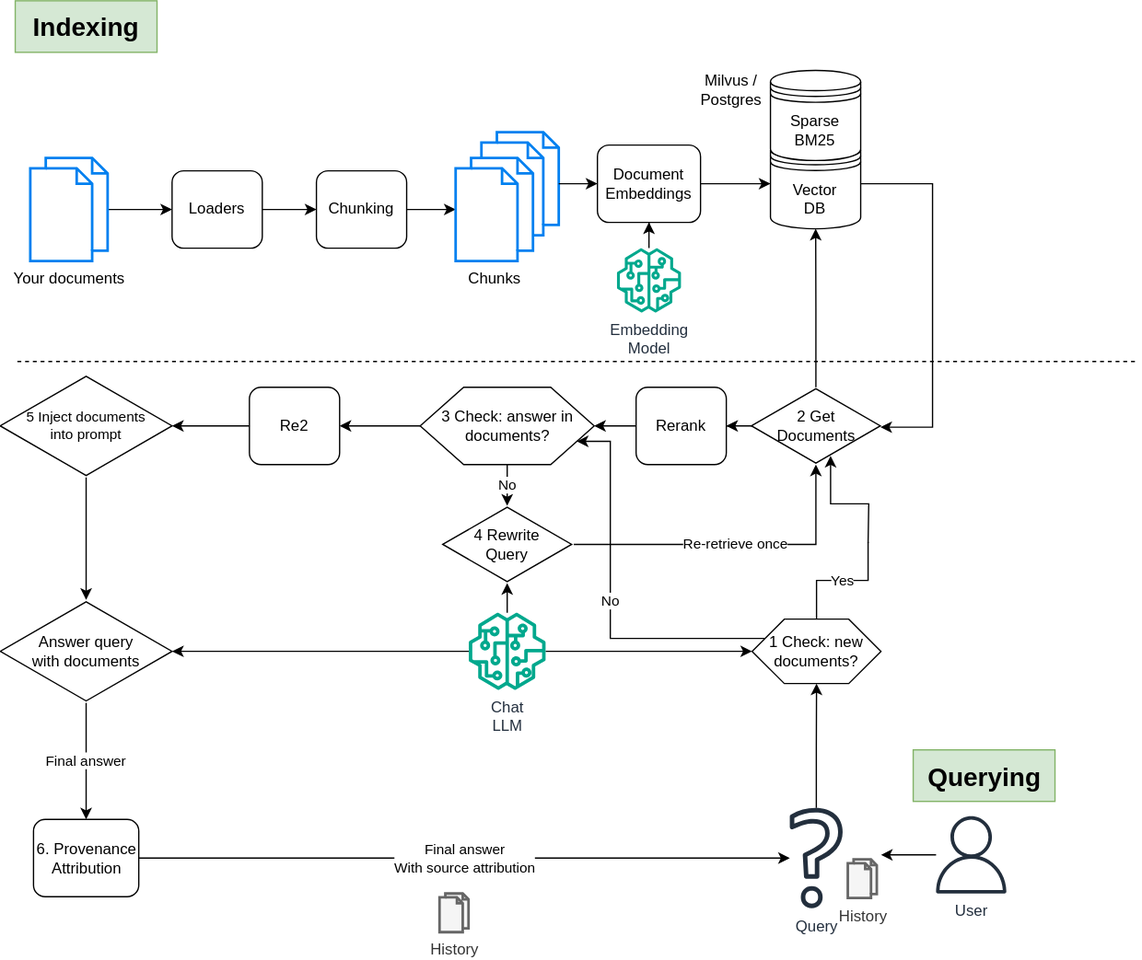
Before: ragmeup.drawio.svg, a diagram exported from draw.io (ErikTromp/RAGMeUp). Source tidied: cells renumbered, new cells last; positions are measured from the earlier drawing's top-left corner, leaving out a move shared by most shapes.
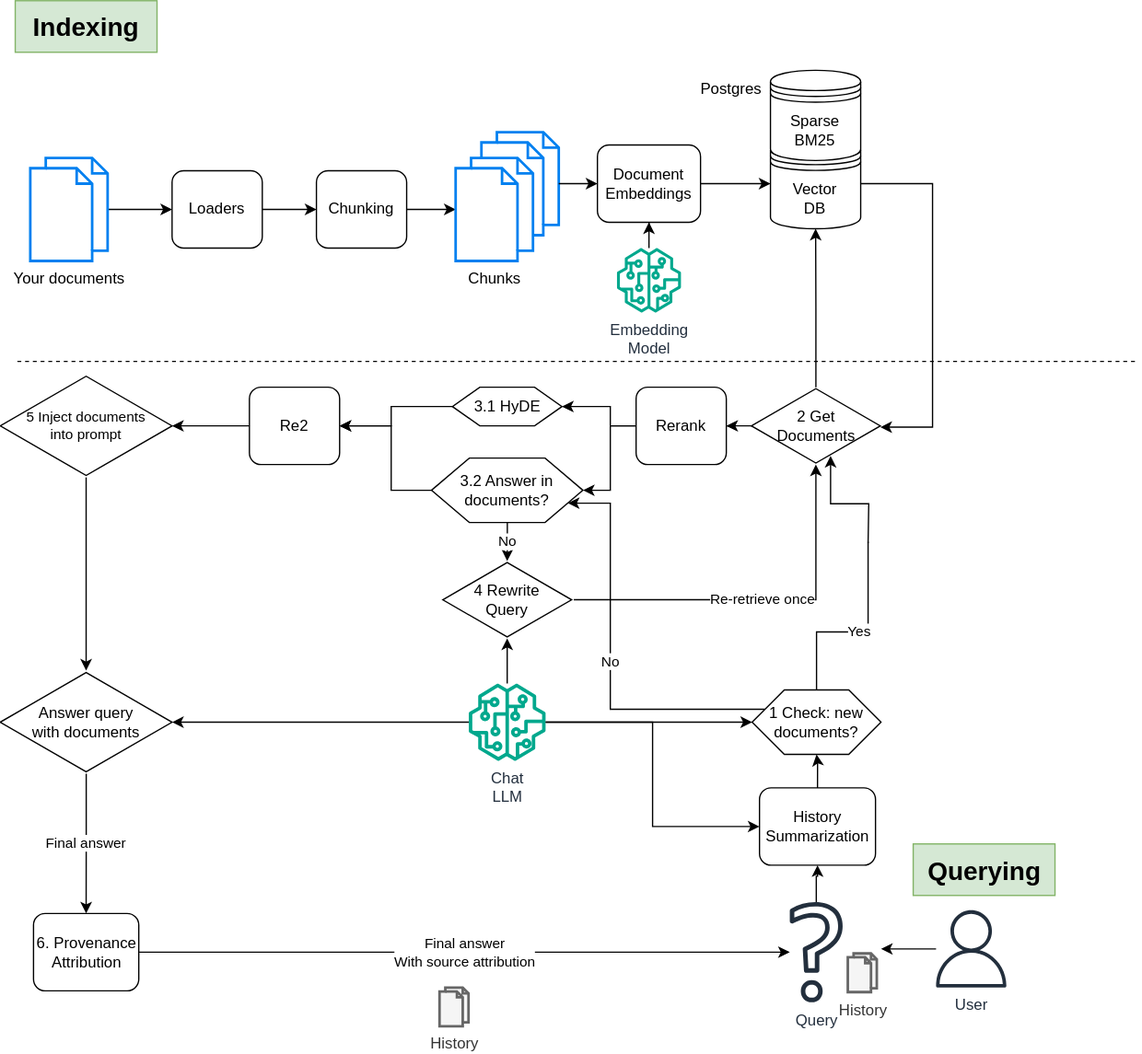
After the change.

Commit message:
Updated image to reflect refactoring

What changed in the source:
```diff
@@ -46,14 +46,14 @@
     </mxCell>
     <mxCell id="16" style="edgeStyle=orthogonalEdgeStyle;rounded=0;jettySize=auto;html=1;" parent="1" edge="1" source="17">
       <mxGeometry relative="1" as="geometry">
-        <mxPoint x="683" y="663" as="targetPoint" />
+        <mxPoint x="683" y="736" as="targetPoint" />
       </mxGeometry>
     </mxCell>
     <mxCell id="17" value="User" style="sketch=0;outlineConnect=0;fontColor=#232F3E;gradientColor=none;fillColor=#232F3D;strokeColor=none;dashed=0;verticalLabelPosition=bottom;verticalAlign=top;align=center;html=1;fontSize=12;fontStyle=0;shape=mxgraph.aws4.user;" parent="1" vertex="1">
-      <mxGeometry x="723" y="633" width="60" height="60" as="geometry" />
+      <mxGeometry x="723" y="706" width="60" height="60" as="geometry" />
     </mxCell>
     <mxCell id="18" style="group;align=left;" parent="1" vertex="1">
-      <mxGeometry x="597.2" y="621.5" width="82.5" height="83" as="geometry" />
+      <mxGeometry x="597.2" y="694.5" width="82.5" height="83" as="geometry" />
     </mxCell>
     <mxCell id="19" value="History" style="html=1;verticalLabelPosition=bottom;align=center;labelBackgroundColor=#ffffff;verticalAlign=top;strokeWidth=2;strokeColor=#666666;shadow=0;dashed=0;shape=mxgraph.ios7.icons.documents;fillColor=#f5f5f5;fontColor=#333333;" parent="18" vertex="1">
       <mxGeometry x="60" y="45" width="22.5" height="30" as="geometry" />
@@ -75,9 +75,9 @@
       </mxGeometry>
     </mxCell>
     <mxCell id="24" value="1 Check: new documents?" style="shape=hexagon;perimeter=hexagonPerimeter2;whiteSpace=wrap;html=1;size=0.25;" parent="1" vertex="1">
-      <mxGeometry x="583" y="480" width="100" height="50" as="geometry" />
+      <mxGeometry x="583" y="535" width="100" height="50" as="geometry" />
     </mxCell>
-    <mxCell id="25" style="edgeStyle=orthogonalEdgeStyle;rounded=0;jettySize=auto;html=1;" parent="1" edge="1" source="20" target="24">
+    <mxCell id="25" style="edgeStyle=orthogonalEdgeStyle;rounded=0;jettySize=auto;html=1;entryX=0.5;entryY=1;entryDx=0;entryDy=0;" parent="1" edge="1" source="20" target="57">
       <mxGeometry relative="1" as="geometry" />
     </mxCell>
     <mxCell id="26" value="&lt;div&gt;Sparse&lt;/div&gt;&lt;div&gt;BM25&lt;br&gt;&lt;/div&gt;" style="shape=datastore;whiteSpace=wrap;html=1;" parent="1" vertex="1">
@@ -104,13 +104,18 @@
       <mxGeometry relative="1" as="geometry" />
     </mxCell>
     <mxCell id="32" style="edgeStyle=orthogonalEdgeStyle;rounded=0;jettySize=auto;html=1;" parent="1" edge="1" source="33" target="49">
-      <mxGeometry relative="1" as="geometry" />
+      <mxGeometry relative="1" as="geometry">
+        <Array as="points">
+          <mxPoint x="303" y="380" />
+          <mxPoint x="303" y="330" />
+        </Array>
+      </mxGeometry>
     </mxCell>
-    <mxCell id="33" value="3 Check: answer in documents?" style="shape=hexagon;perimeter=hexagonPerimeter2;whiteSpace=wrap;html=1;size=0.25;" parent="1" vertex="1">
-      <mxGeometry x="325.5" y="300" width="135" height="60" as="geometry" />
+    <mxCell id="33" value="3.2 Answer in documents?" style="shape=hexagon;perimeter=hexagonPerimeter2;whiteSpace=wrap;html=1;size=0.25;" parent="1" vertex="1">
+      <mxGeometry x="334.2" y="355" width="117.5" height="50" as="geometry" />
     </mxCell>
     <mxCell id="34" value="&lt;div&gt;4 Rewrite&lt;/div&gt;&lt;div&gt;Query&lt;br&gt;&lt;/div&gt;" style="html=1;whiteSpace=wrap;shape=isoRectangle;" parent="1" vertex="1">
-      <mxGeometry x="343" y="392" width="100" height="60" as="geometry" />
+      <mxGeometry x="343" y="435" width="100" height="60" as="geometry" />
     </mxCell>
     <mxCell id="35" style="edgeStyle=orthogonalEdgeStyle;rounded=0;jettySize=auto;html=1;" parent="1" edge="1" source="36" target="37">
       <mxGeometry relative="1" as="geometry" />
@@ -119,16 +124,21 @@
       <mxGeometry x="-0.3" y="290" width="133.3" height="80" as="geometry" />
     </mxCell>
     <mxCell id="37" value="&lt;div style=&quot;font-size: 12px;&quot;&gt;Answer query&lt;/div&gt;&lt;div style=&quot;font-size: 12px;&quot;&gt;with documents&lt;br style=&quot;font-size: 12px;&quot;&gt;&lt;/div&gt;" style="html=1;whiteSpace=wrap;shape=isoRectangle;fontSize=12;" parent="1" vertex="1">
-      <mxGeometry x="-0.3" y="465" width="133.3" height="80" as="geometry" />
+      <mxGeometry x="-0.3" y="520" width="133.3" height="80" as="geometry" />
     </mxCell>
     <mxCell id="38" value="Final answer" style="edgeStyle=orthogonalEdgeStyle;rounded=0;jettySize=auto;html=1;entryX=0.5;entryY=0;entryDx=0;entryDy=0;" parent="1" edge="1" source="37" target="51">
       <mxGeometry relative="1" as="geometry" />
     </mxCell>
     <mxCell id="39" value="History" style="html=1;verticalLabelPosition=bottom;align=center;labelBackgroundColor=#ffffff;verticalAlign=top;strokeWidth=2;strokeColor=#666666;shadow=0;dashed=0;shape=mxgraph.ios7.icons.documents;fillColor=#f5f5f5;fontColor=#333333;" parent="1" vertex="1">
-      <mxGeometry x="340.5" y="693" width="22.5" height="30" as="geometry" />
+      <mxGeometry x="340.5" y="766" width="22.5" height="30" as="geometry" />
     </mxCell>
     <mxCell id="40" style="edgeStyle=orthogonalEdgeStyle;rounded=0;jettySize=auto;html=1;" parent="1" edge="1" source="41" target="33">
-      <mxGeometry relative="1" as="geometry" />
+      <mxGeometry relative="1" as="geometry">
+        <Array as="points">
+          <mxPoint x="473" y="330" />
+          <mxPoint x="473" y="380" />
+        </Array>
+      </mxGeometry>
     </mxCell>
     <mxCell id="41" value="Rerank" style="rounded=1;whiteSpace=wrap;html=1;" parent="1" vertex="1">
       <mxGeometry x="493" y="300" width="70" height="60" as="geometry" />
@@ -140,7 +150,7 @@
       <mxGeometry relative="1" as="geometry" />
     </mxCell>
     <mxCell id="44" value="&lt;div&gt;Chat&lt;/div&gt;&lt;div&gt;LLM&lt;/div&gt;" style="sketch=0;outlineConnect=0;fontColor=#232F3E;gradientColor=none;fillColor=#01A88D;strokeColor=none;dashed=0;verticalLabelPosition=bottom;verticalAlign=top;align=center;html=1;fontSize=12;fontStyle=0;shape=mxgraph.aws4.sagemaker_model;" parent="1" vertex="1">
-      <mxGeometry x="363" y="475" width="60" height="60" as="geometry" />
+      <mxGeometry x="363" y="530" width="60" height="60" as="geometry" />
     </mxCell>
     <mxCell id="45" style="endArrow=none;dashed=1;html=1;rounded=0;" parent="1" edge="1">
       <mxGeometry relative="1" as="geometry">
@@ -152,7 +162,7 @@
       <mxGeometry x="11.3" width="110" height="40" as="geometry" />
     </mxCell>
     <mxCell id="47" value="&lt;font style=&quot;font-size: 20px;&quot;&gt;&lt;b&gt;Querying&lt;/b&gt;&lt;/font&gt;" style="text;html=1;align=center;verticalAlign=middle;strokeColor=#82b366;fillColor=#d5e8d4;" parent="1" vertex="1">
-      <mxGeometry x="708" y="581.5" width="110" height="40" as="geometry" />
+      <mxGeometry x="708" y="654.5" width="110" height="40" as="geometry" />
     </mxCell>
     <mxCell id="48" style="edgeStyle=orthogonalEdgeStyle;rounded=0;jettySize=auto;html=1;" parent="1" edge="1" source="49" target="36">
       <mxGeometry relative="1" as="geometry" />
@@ -164,9 +174,9 @@
       <mxGeometry relative="1" as="geometry" />
     </mxCell>
     <mxCell id="51" value="&lt;div&gt;6. Provenance&lt;/div&gt;&lt;div&gt;Attribution&lt;br&gt;&lt;/div&gt;" style="rounded=1;whiteSpace=wrap;html=1;" parent="1" vertex="1">
-      <mxGeometry x="25.5" y="635.5" width="81.7" height="60" as="geometry" />
+      <mxGeometry x="25.5" y="708.5" width="81.7" height="60" as="geometry" />
     </mxCell>
-    <mxCell id="52" value="Milvus / Postgres" style="text;html=1;align=center;verticalAlign=middle;whiteSpace=wrap;rounded=0;" parent="1" vertex="1">
+    <mxCell id="52" value="Postgres" style="text;html=1;align=center;verticalAlign=middle;whiteSpace=wrap;rounded=0;" parent="1" vertex="1">
       <mxGeometry x="537.2" y="54" width="60" height="30" as="geometry" />
     </mxCell>
     <mxCell id="53" style="edgeStyle=orthogonalEdgeStyle;rounded=0;jettySize=auto;html=1;entryX=0.614;entryY=0.888;entryDx=0;entryDy=0;entryPerimeter=0;" parent="1" edge="1" target="29">
@@ -181,10 +191,39 @@
       <mxGeometry relative="1" as="geometry">
         <mxPoint x="673" y="420" as="targetPoint" />
         <Array as="points">
-          <mxPoint x="633" y="450" />
-          <mxPoint x="673" y="450" />
+          <mxPoint x="633" y="490" />
+          <mxPoint x="653" y="490" />
+          <mxPoint x="673" y="490" />
         </Array>
       </mxGeometry>
     </mxCell>
+    <mxCell id="56" style="edgeStyle=orthogonalEdgeStyle;rounded=0;jettySize=auto;html=1;exitX=0.5;exitY=0;exitDx=0;exitDy=0;" parent="1" edge="1" source="57" target="24">
+      <mxGeometry relative="1" as="geometry" />
+    </mxCell>
+    <mxCell id="57" value="History&lt;br&gt;Summarization" style="rounded=1;whiteSpace=wrap;html=1;" parent="1" vertex="1">
+      <mxGeometry x="588.8" y="611" width="90" height="60" as="geometry" />
+    </mxCell>
+    <mxCell id="58" style="edgeStyle=orthogonalEdgeStyle;rounded=0;jettySize=auto;html=1;entryX=0;entryY=0.5;entryDx=0;entryDy=0;" parent="1" edge="1" source="44" target="57">
+      <mxGeometry relative="1" as="geometry" />
+    </mxCell>
+    <mxCell id="59" style="edgeStyle=orthogonalEdgeStyle;rounded=0;jettySize=auto;html=1;exitX=0;exitY=0.5;exitDx=0;exitDy=0;entryX=1;entryY=0.5;entryDx=0;entryDy=0;" parent="1" edge="1" source="60" target="49">
+      <mxGeometry relative="1" as="geometry">
+        <Array as="points">
+          <mxPoint x="303" y="315" />
+          <mxPoint x="303" y="330" />
+        </Array>
+      </mxGeometry>
+    </mxCell>
+    <mxCell id="60" value="3.1 HyDE" style="shape=hexagon;perimeter=hexagonPerimeter2;whiteSpace=wrap;html=1;size=0.25;" parent="1" vertex="1">
+      <mxGeometry x="350.5" y="300" width="85" height="30" as="geometry" />
+    </mxCell>
+    <mxCell id="61" style="edgeStyle=orthogonalEdgeStyle;rounded=0;jettySize=auto;html=1;entryX=1;entryY=0.5;entryDx=0;entryDy=0;exitX=0;exitY=0.5;exitDx=0;exitDy=0;" parent="1" edge="1" source="41" target="60">
+      <mxGeometry relative="1" as="geometry">
+        <Array as="points">
+          <mxPoint x="473" y="330" />
+          <mxPoint x="473" y="315" />
+        </Array>
+      </mxGeometry>
+    </mxCell>
   </root>
 </mxGraphModel>
```
